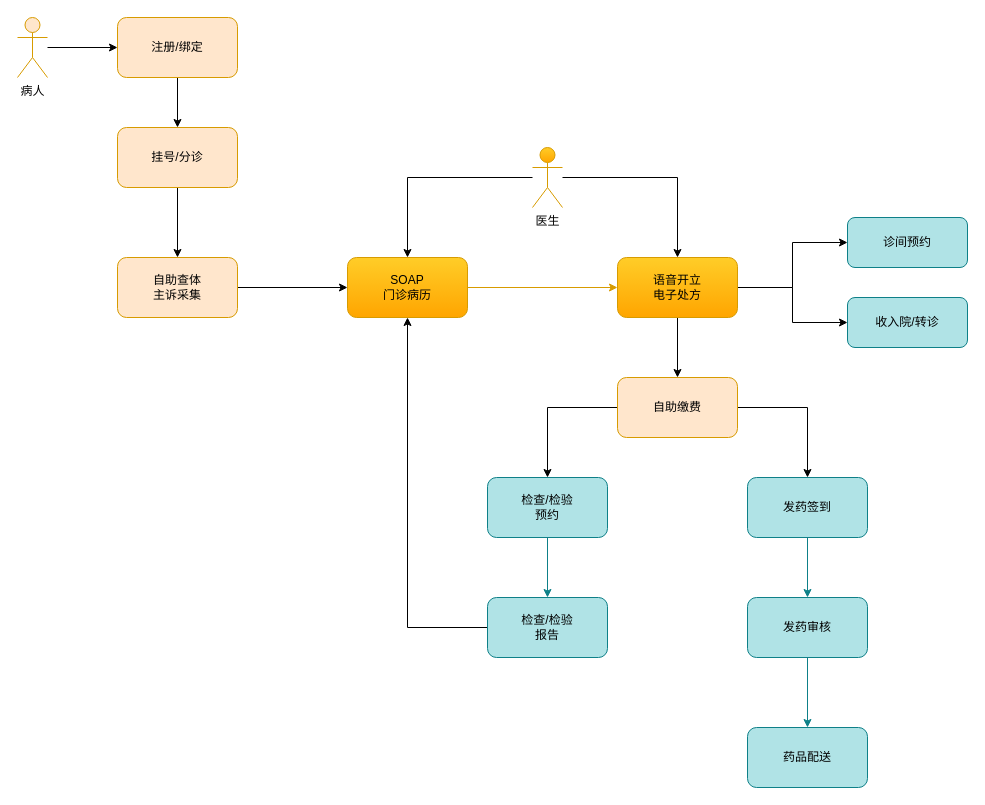
hebzhjg/ntl2020 keeps this draw.io diagram as page "就诊流程图" (2 of 2) of draws/门诊电子病历互联网医院设计.drawio. Above is the earlier version. Source tidied: cells renumbered, new cells numbered last; positions are measured from the earlier drawing's top-left corner, leaving out a move shared by most shapes. Both pictures are drawn from the tidied source at 100%, with x=0, y=0 at pixel (17, 17).
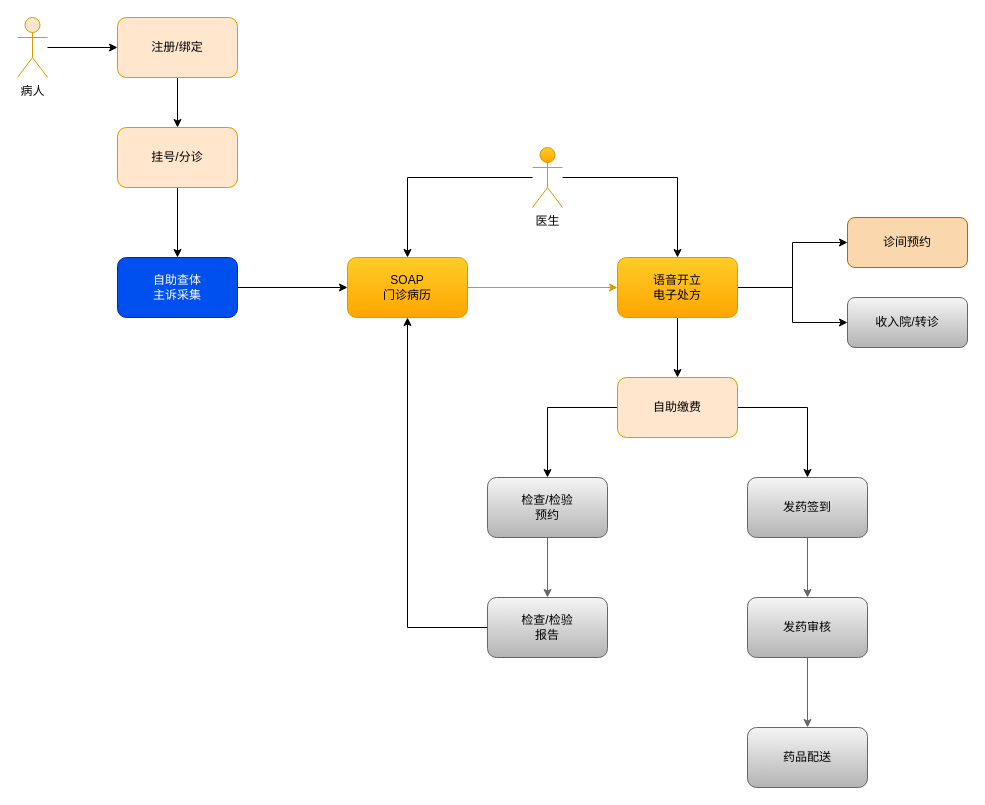
Above is the later version.

Commit message:
调整了颜色

Diff of the diagram source:
```diff
@@
-    <mxCell id="7" value="自助查体&lt;br&gt;主诉采集" style="rounded=1;whiteSpace=wrap;html=1;fillColor=#ffe6cc;strokeColor=#d79b00;" parent="1" vertex="1">
+    <mxCell id="7" value="自助查体&lt;br&gt;主诉采集" style="rounded=1;whiteSpace=wrap;html=1;fillColor=#0050ef;strokeColor=#001DBC;fontColor=#ffffff;" parent="1" vertex="1">
       <mxGeometry x="100" y="240" width="120" height="60" as="geometry" />
     </mxCell>
@@
-    <mxCell id="17" style="edgeStyle=orthogonalEdgeStyle;rounded=0;jettySize=auto;html=1;entryX=0.5;entryY=0;entryDx=0;entryDy=0;fillColor=#b0e3e6;strokeColor=#0e8088;" parent="1" edge="1" source="18" target="22">
+    <mxCell id="17" style="edgeStyle=orthogonalEdgeStyle;rounded=0;jettySize=auto;html=1;entryX=0.5;entryY=0;entryDx=0;entryDy=0;fillColor=#f5f5f5;strokeColor=#666666;gradientColor=#b3b3b3;" parent="1" edge="1" source="18" target="22">
       <mxGeometry relative="1" as="geometry" />
     </mxCell>
-    <mxCell id="18" value="发药签到" style="rounded=1;whiteSpace=wrap;html=1;fillColor=#b0e3e6;strokeColor=#0e8088;" parent="1" vertex="1">
+    <mxCell id="18" value="发药签到" style="rounded=1;whiteSpace=wrap;html=1;fillColor=#f5f5f5;strokeColor=#666666;gradientColor=#b3b3b3;" parent="1" vertex="1">
       <mxGeometry x="730" y="460" width="120" height="60" as="geometry" />
     </mxCell>
-    <mxCell id="19" style="edgeStyle=orthogonalEdgeStyle;rounded=0;jettySize=auto;html=1;entryX=0.5;entryY=0;entryDx=0;entryDy=0;fillColor=#b0e3e6;strokeColor=#0e8088;" parent="1" edge="1" source="20" target="24">
+    <mxCell id="19" style="edgeStyle=orthogonalEdgeStyle;rounded=0;jettySize=auto;html=1;entryX=0.5;entryY=0;entryDx=0;entryDy=0;fillColor=#f5f5f5;strokeColor=#666666;gradientColor=#b3b3b3;" parent="1" edge="1" source="20" target="24">
       <mxGeometry relative="1" as="geometry" />
     </mxCell>
-    <mxCell id="20" value="检查/检验&lt;br&gt;预约" style="rounded=1;whiteSpace=wrap;html=1;fillColor=#b0e3e6;strokeColor=#0e8088;" parent="1" vertex="1">
+    <mxCell id="20" value="检查/检验&lt;br&gt;预约" style="rounded=1;whiteSpace=wrap;html=1;fillColor=#f5f5f5;strokeColor=#666666;gradientColor=#b3b3b3;" parent="1" vertex="1">
       <mxGeometry x="470" y="460" width="120" height="60" as="geometry" />
     </mxCell>
-    <mxCell id="21" style="edgeStyle=orthogonalEdgeStyle;rounded=0;jettySize=auto;html=1;fillColor=#b0e3e6;strokeColor=#0e8088;" parent="1" edge="1" source="22" target="26">
+    <mxCell id="21" style="edgeStyle=orthogonalEdgeStyle;rounded=0;jettySize=auto;html=1;fillColor=#f5f5f5;strokeColor=#666666;gradientColor=#b3b3b3;" parent="1" edge="1" source="22" target="26">
       <mxGeometry relative="1" as="geometry" />
     </mxCell>
-    <mxCell id="22" value="发药审核" style="rounded=1;whiteSpace=wrap;html=1;fillColor=#b0e3e6;strokeColor=#0e8088;" parent="1" vertex="1">
+    <mxCell id="22" value="发药审核" style="rounded=1;whiteSpace=wrap;html=1;fillColor=#f5f5f5;strokeColor=#666666;gradientColor=#b3b3b3;" parent="1" vertex="1">
       <mxGeometry x="730" y="580" width="120" height="60" as="geometry" />
     </mxCell>
@@
-    <mxCell id="24" value="检查/检验&lt;br&gt;报告" style="rounded=1;whiteSpace=wrap;html=1;fillColor=#b0e3e6;strokeColor=#0e8088;" parent="1" vertex="1">
+    <mxCell id="24" value="检查/检验&lt;br&gt;报告" style="rounded=1;whiteSpace=wrap;html=1;fillColor=#f5f5f5;strokeColor=#666666;gradientColor=#b3b3b3;" parent="1" vertex="1">
       <mxGeometry x="470" y="580" width="120" height="60" as="geometry" />
     </mxCell>
-    <mxCell id="25" value="收入院/转诊" style="rounded=1;whiteSpace=wrap;html=1;fillColor=#b0e3e6;strokeColor=#0e8088;" parent="1" vertex="1">
+    <mxCell id="25" value="收入院/转诊" style="rounded=1;whiteSpace=wrap;html=1;fillColor=#f5f5f5;strokeColor=#666666;gradientColor=#b3b3b3;" parent="1" vertex="1">
       <mxGeometry x="830" y="280" width="120" height="50" as="geometry" />
     </mxCell>
-    <mxCell id="26" value="药品配送" style="rounded=1;whiteSpace=wrap;html=1;fillColor=#b0e3e6;strokeColor=#0e8088;" parent="1" vertex="1">
+    <mxCell id="26" value="药品配送" style="rounded=1;whiteSpace=wrap;html=1;fillColor=#f5f5f5;strokeColor=#666666;gradientColor=#b3b3b3;" parent="1" vertex="1">
       <mxGeometry x="730" y="710" width="120" height="60" as="geometry" />
     </mxCell>
@@
-    <mxCell id="32" value="诊间预约" style="rounded=1;whiteSpace=wrap;html=1;fillColor=#b0e3e6;strokeColor=#0e8088;" parent="1" vertex="1">
+    <mxCell id="32" value="诊间预约" style="rounded=1;whiteSpace=wrap;html=1;fillColor=#fad7ac;strokeColor=#b46504;" parent="1" vertex="1">
       <mxGeometry x="830" y="200" width="120" height="50" as="geometry" />
     </mxCell>
```
